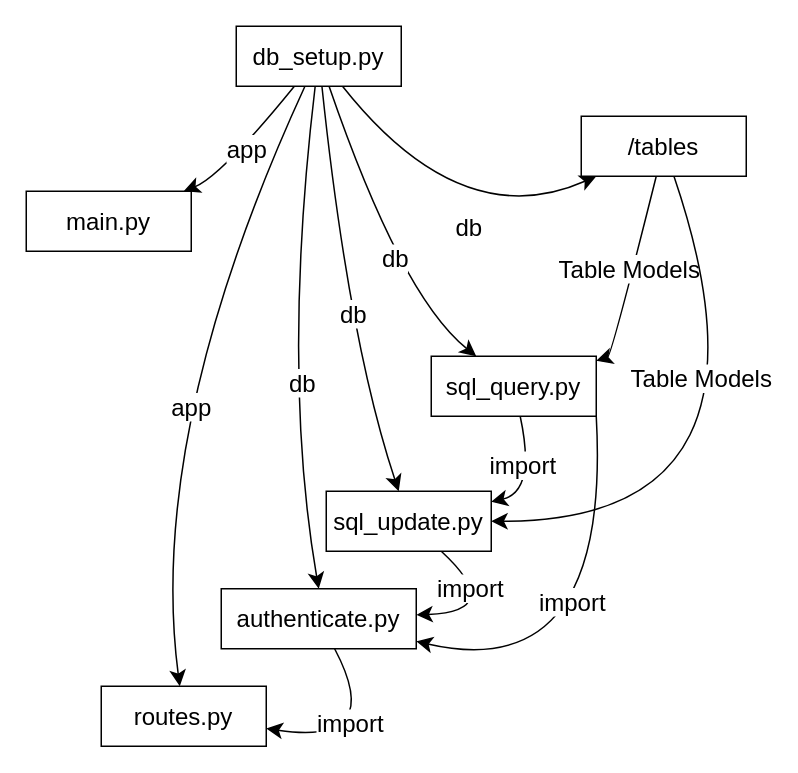
Earlier version of the draw.io diagram .diagrams/backend-inheritance.drawio (Bilgecrank/hindsite). Source tidied: cells renumbered, new cells numbered last; positions are measured from the earlier drawing's top-left corner, leaving out a move shared by most shapes. Both pictures are drawn from the tidied source at 150%, with x=0, y=0 at pixel (26, 26).
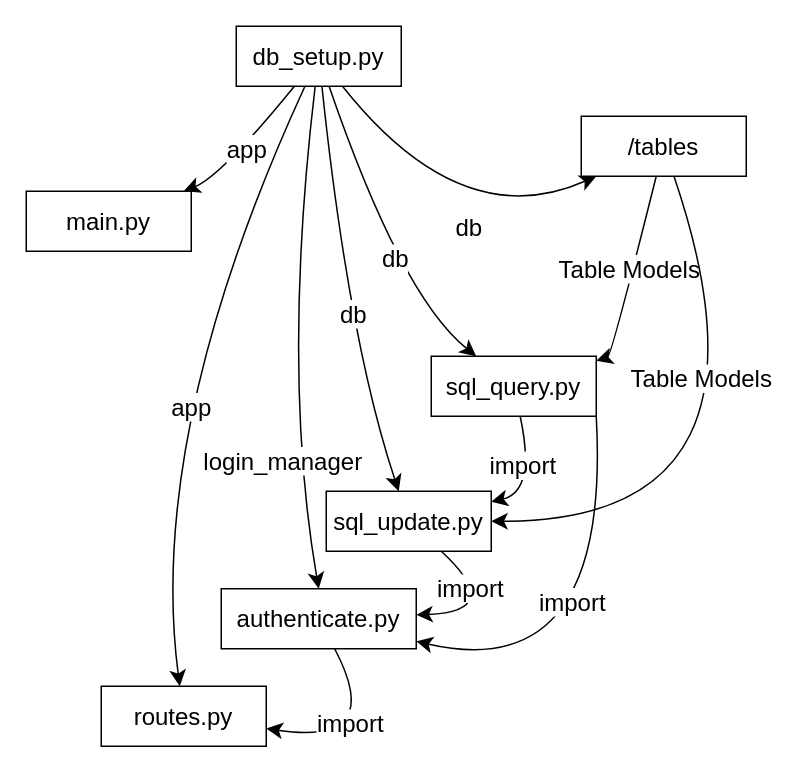
The same diagram, later.

Unchanged cells that the change refers to:
```xml
<mxCell id="4" style="edgeStyle=none;curved=1;rounded=0;jettySize=auto;html=1;entryX=0.5;entryY=0;entryDx=0;entryDy=0;fontSize=12;startSize=8;endSize=8;" parent="1" edge="1" source="14" target="32">
  <mxGeometry relative="1" as="geometry">
    <Array as="points">
      <mxPoint x="170" y="230" />
    </Array>
  </mxGeometry>
</mxCell>
```

What changed in the source:
```diff
@@
-    <mxCell id="5" value="db" style="edgeLabel;html=1;align=center;verticalAlign=middle;fontSize=16;" parent="4" vertex="1">
-      <mxGeometry x="0.19" y="12" relative="1" as="geometry" />
-    </mxCell>
+    <mxCell id="33" value="login_manager" style="edgeLabel;html=1;align=center;verticalAlign=middle;fontSize=16;" parent="4" vertex="1">
+      <mxGeometry x="0.29" y="9" relative="1" as="geometry">
+        <mxPoint x="-13" y="35" as="offset" />
+      </mxGeometry>
+    </mxCell>
```
